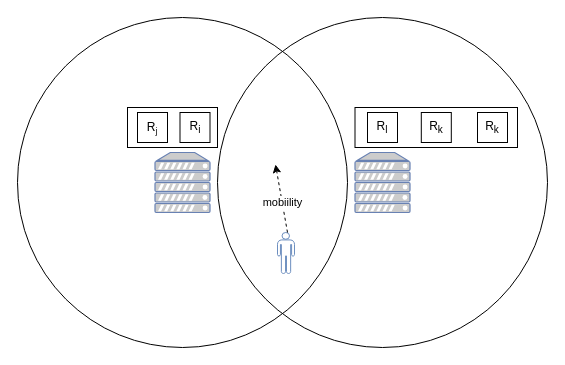
Before: 5.drawio in DCLe-DA/Learning-DL-by-Hand, a draw.io diagram. Source tidied: cells renumbered, new cells numbered last; positions are measured from the earlier drawing's top-left corner, leaving out a move shared by most shapes. Both pictures are drawn from the tidied source at 100%, with x=0, y=0 at pixel (17, 17).
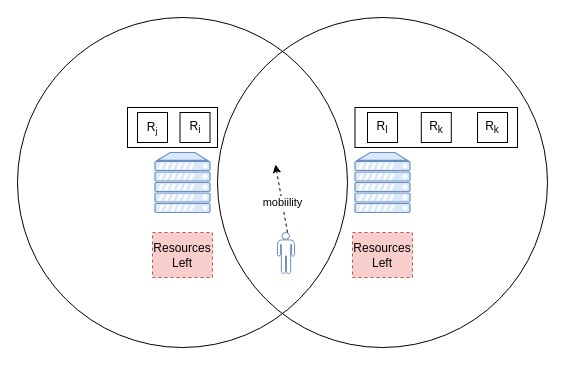
The same diagram, later.

The edit, as a diff of the source:
```diff
@@
 <mxGraphModel>
   <root>
     <mxCell id="0" />
     <mxCell id="1" parent="0" />
     <mxCell id="2" style="ellipse;whiteSpace=wrap;html=1;fillColor=none;" parent="1" vertex="1">
       <mxGeometry width="330" height="330" as="geometry" />
     </mxCell>
-    <mxCell id="3" style="fontColor=#0066CC;verticalAlign=top;verticalLabelPosition=bottom;labelPosition=center;align=center;html=1;fillColor=#CCCCCC;strokeColor=#6881B3;gradientColor=none;gradientDirection=north;strokeWidth=2;shape=mxgraph.networks.server;" parent="1" vertex="1">
+    <mxCell id="3" style="verticalAlign=top;verticalLabelPosition=bottom;labelPosition=center;align=center;html=1;fillColor=#dae8fc;strokeColor=#6c8ebf;gradientDirection=north;strokeWidth=2;shape=mxgraph.networks.server;" parent="1" vertex="1">
       <mxGeometry x="137.5" y="135" width="55" height="60" as="geometry" />
     </mxCell>
+    <mxCell id="5" style="ellipse;whiteSpace=wrap;html=1;fillColor=none;" parent="1" vertex="1">
+      <mxGeometry x="200" width="330" height="330" as="geometry" />
+    </mxCell>
-    <mxCell id="4" style="fontColor=#0066CC;verticalAlign=top;verticalLabelPosition=bottom;labelPosition=center;align=center;html=1;fillColor=#CCCCCC;strokeColor=#6881B3;gradientColor=none;gradientDirection=north;strokeWidth=2;shape=mxgraph.networks.server;" parent="1" vertex="1">
+    <mxCell id="4" style="verticalAlign=top;verticalLabelPosition=bottom;labelPosition=center;align=center;html=1;fillColor=#dae8fc;strokeColor=#6c8ebf;gradientDirection=north;strokeWidth=2;shape=mxgraph.networks.server;" parent="1" vertex="1">
       <mxGeometry x="337.5" y="135" width="55" height="60" as="geometry" />
     </mxCell>
-    <mxCell id="5" style="ellipse;whiteSpace=wrap;html=1;fillColor=none;" parent="1" vertex="1">
-      <mxGeometry x="200" width="330" height="330" as="geometry" />
-    </mxCell>
     <mxCell id="6" style="shape=mxgraph.signs.people.man_1;html=1;fillColor=none;strokeColor=#6c8ebf;verticalLabelPosition=bottom;verticalAlign=top;align=center;sketch=0;" parent="1" vertex="1">
       <mxGeometry x="260" y="215" width="17" height="41" as="geometry" />
     </mxCell>
     <mxCell id="7" style="rounded=0;whiteSpace=wrap;html=1;" parent="1" vertex="1">
       <mxGeometry x="110" y="90" width="90" height="40" as="geometry" />
     </mxCell>
     <mxCell id="8" style="rounded=0;whiteSpace=wrap;html=1;" parent="1" vertex="1">
       <mxGeometry x="337.5" y="90" width="162.5" height="40" as="geometry" />
     </mxCell>
     <mxCell id="9" value="R&lt;sub&gt;i&lt;/sub&gt;" style="whiteSpace=wrap;html=1;" parent="1" vertex="1">
       <mxGeometry x="162.5" y="95" width="30" height="30" as="geometry" />
     </mxCell>
     <mxCell id="10" value="R&lt;span style=&quot;font-size: 10px;&quot;&gt;&lt;sub&gt;j&lt;/sub&gt;&lt;/span&gt;" style="whiteSpace=wrap;html=1;" parent="1" vertex="1">
       <mxGeometry x="120" y="95" width="30" height="30" as="geometry" />
     </mxCell>
     <mxCell id="11" value="R&lt;sub&gt;k&lt;/sub&gt;" style="whiteSpace=wrap;html=1;" parent="1" vertex="1">
       <mxGeometry x="460" y="95" width="30" height="30" as="geometry" />
     </mxCell>
     <mxCell id="12" value="R&lt;sub style=&quot;border-color: var(--border-color);&quot;&gt;k&lt;/sub&gt;" style="whiteSpace=wrap;html=1;" parent="1" vertex="1">
       <mxGeometry x="403.8" y="95" width="30" height="30" as="geometry" />
     </mxCell>
     <mxCell id="13" value="R&lt;sub style=&quot;border-color: var(--border-color);&quot;&gt;l&lt;/sub&gt;" style="whiteSpace=wrap;html=1;" parent="1" vertex="1">
       <mxGeometry x="350" y="95" width="30" height="30" as="geometry" />
     </mxCell>
     <mxCell id="14" style="endArrow=classic;html=1;rounded=0;dashed=1;" parent="1" edge="1">
       <mxGeometry relative="1" as="geometry">
         <mxPoint x="270" y="215" as="sourcePoint" />
         <mxPoint x="258" y="147" as="targetPoint" />
       </mxGeometry>
     </mxCell>
     <mxCell id="15" value="mobiility" style="edgeLabel;html=1;align=center;verticalAlign=middle;" parent="14" vertex="1">
       <mxGeometry x="-0.09" relative="1" as="geometry" />
     </mxCell>
+    <mxCell id="16" value="Resources&lt;br&gt;Left" style="rounded=0;whiteSpace=wrap;html=1;fillColor=#f8cecc;strokeColor=#b85450;dashed=1;" parent="1" vertex="1">
+      <mxGeometry x="335" y="215" width="60" height="45" as="geometry" />
+    </mxCell>
+    <mxCell id="17" value="Resources&lt;br&gt;Left" style="rounded=0;whiteSpace=wrap;html=1;fillColor=#f8cecc;strokeColor=#b85450;dashed=1;" parent="1" vertex="1">
+      <mxGeometry x="135" y="215" width="60" height="45" as="geometry" />
+    </mxCell>
   </root>
 </mxGraphModel>
```
